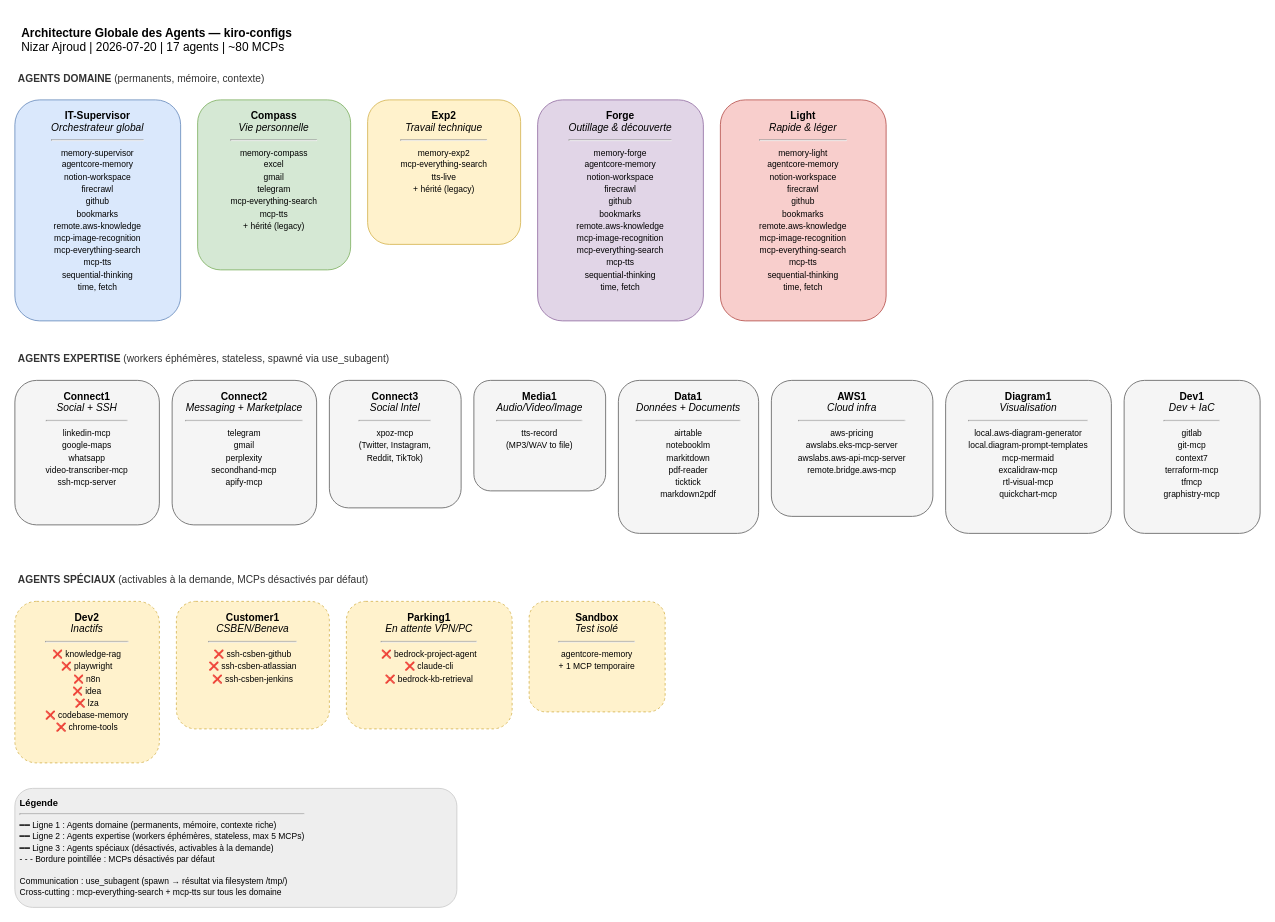
Above: docs/architecture-globale-agents.drawio in nizarajroud/kiro-configs (draw.io), before the change. Source tidied: cells renumbered, new cells numbered last; positions are measured from the earlier drawing's top-left corner, leaving out a move shared by most shapes. Both pictures are drawn from the tidied source at 85%, with x=0, y=0 at pixel (14, 14).
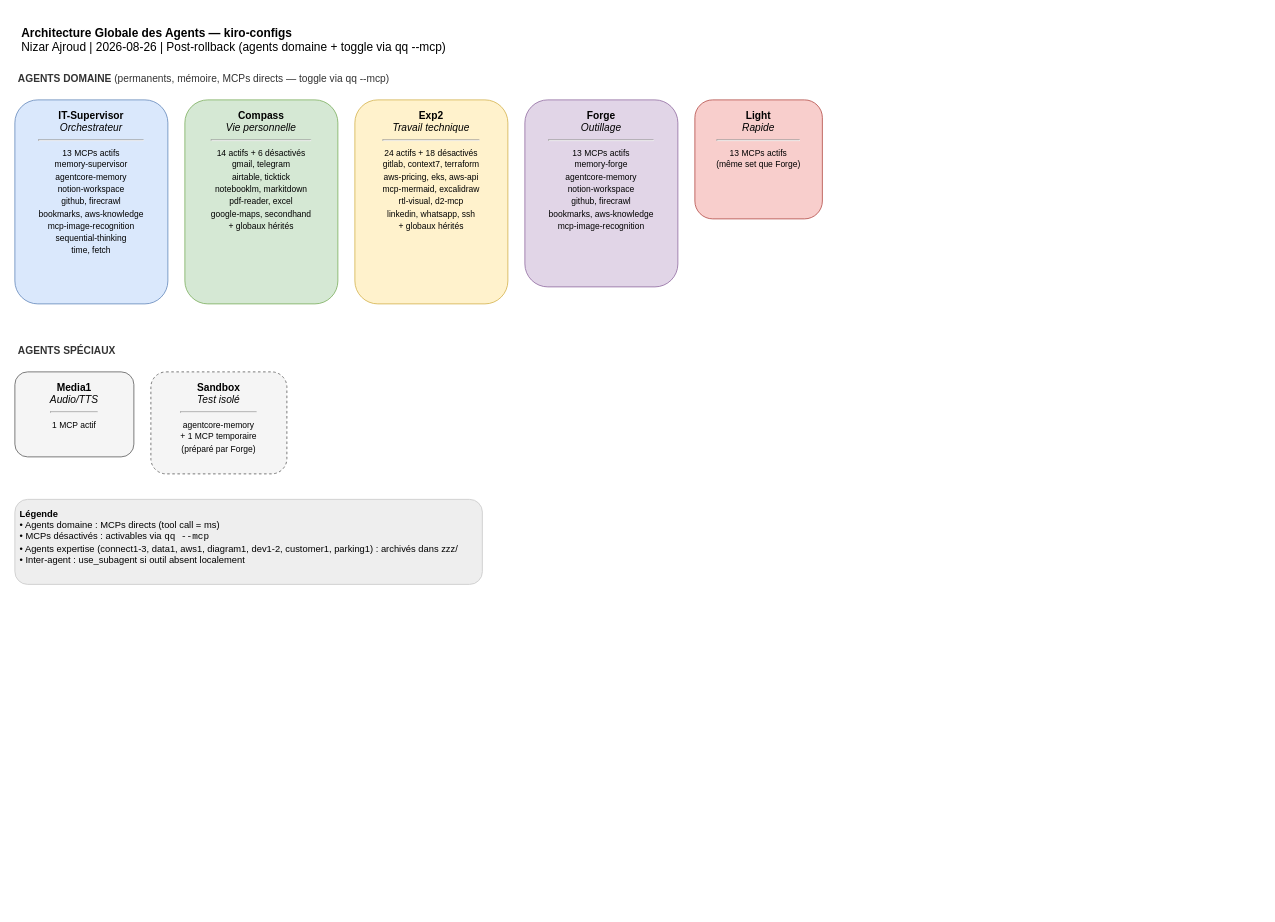
The same diagram, later.

Commit message (it also covers changes not shown here):
docs: update architecture draw.io + agent-directory + clean it-supervisor resources (post-rollback)

What changed in the source:
```diff
@@
-    <mxCell id="2" value="&lt;b&gt;Architecture Globale des Agents — kiro-configs&lt;/b&gt;&lt;br&gt;Nizar Ajroud | 2026-07-20 | 17 agents | ~80 MCPs" style="text;html=1;align=left;verticalAlign=top;whiteSpace=wrap;rounded=0;fontSize=14;spacing=8;" parent="1" vertex="1">
-      <mxGeometry width="600" height="50" as="geometry" />
+    <mxCell id="2" value="&lt;b&gt;Architecture Globale des Agents — kiro-configs&lt;/b&gt;&lt;br&gt;Nizar Ajroud | 2026-08-26 | Post-rollback (agents domaine + toggle via qq --mcp)" style="text;html=1;align=left;verticalAlign=top;whiteSpace=wrap;rounded=0;fontSize=14;spacing=8;" parent="1" vertex="1">
+      <mxGeometry width="700" height="50" as="geometry" />
     </mxCell>
-    <mxCell id="3" value="&lt;b&gt;AGENTS DOMAINE&lt;/b&gt; (permanents, mémoire, contexte)" style="text;html=1;align=left;verticalAlign=middle;fontSize=12;fontColor=#333333;spacing=4;" parent="1" vertex="1">
-      <mxGeometry y="60" width="450" height="30" as="geometry" />
+    <mxCell id="3" value="&lt;b&gt;AGENTS DOMAINE&lt;/b&gt; (permanents, mémoire, MCPs directs — toggle via qq --mcp)" style="text;html=1;align=left;verticalAlign=middle;fontSize=12;fontColor=#333333;spacing=4;" parent="1" vertex="1">
+      <mxGeometry y="60" width="600" height="30" as="geometry" />
     </mxCell>
-    <mxCell id="4" value="&lt;b&gt;IT-Supervisor&lt;/b&gt;&lt;br&gt;&lt;i&gt;Orchestrateur global&lt;/i&gt;&lt;hr&gt;&lt;font style=&quot;font-size:10px&quot;&gt;memory-supervisor&lt;br&gt;agentcore-memory&lt;br&gt;notion-workspace&lt;br&gt;firecrawl&lt;br&gt;github&lt;br&gt;bookmarks&lt;br&gt;remote.aws-knowledge&lt;br&gt;mcp-image-recognition&lt;br&gt;mcp-everything-search&lt;br&gt;mcp-tts&lt;br&gt;sequential-thinking&lt;br&gt;time, fetch&lt;/font&gt;" style="rounded=1;whiteSpace=wrap;html=1;fillColor=#dae8fc;strokeColor=#6c8ebf;verticalAlign=top;align=center;spacingTop=5;" parent="1" vertex="1">
-      <mxGeometry y="100" width="195" height="260" as="geometry" />
+    <mxCell id="4" value="&lt;b&gt;IT-Supervisor&lt;/b&gt;&lt;br&gt;&lt;i&gt;Orchestrateur&lt;/i&gt;&lt;hr&gt;&lt;font style=&quot;font-size:10px&quot;&gt;13 MCPs actifs&lt;br&gt;memory-supervisor&lt;br&gt;agentcore-memory&lt;br&gt;notion-workspace&lt;br&gt;github, firecrawl&lt;br&gt;bookmarks, aws-knowledge&lt;br&gt;mcp-image-recognition&lt;br&gt;sequential-thinking&lt;br&gt;time, fetch&lt;/font&gt;" style="rounded=1;whiteSpace=wrap;html=1;fillColor=#dae8fc;strokeColor=#6c8ebf;verticalAlign=top;align=center;spacingTop=5;" parent="1" vertex="1">
+      <mxGeometry y="100" width="180" height="240" as="geometry" />
     </mxCell>
-    <mxCell id="5" value="&lt;b&gt;Compass&lt;/b&gt;&lt;br&gt;&lt;i&gt;Vie personnelle&lt;/i&gt;&lt;hr&gt;&lt;font style=&quot;font-size:10px&quot;&gt;memory-compass&lt;br&gt;excel&lt;br&gt;gmail&lt;br&gt;telegram&lt;br&gt;mcp-everything-search&lt;br&gt;mcp-tts&lt;br&gt;+ hérité (legacy)&lt;/font&gt;" style="rounded=1;whiteSpace=wrap;html=1;fillColor=#d5e8d4;strokeColor=#82b366;verticalAlign=top;align=center;spacingTop=5;" parent="1" vertex="1">
-      <mxGeometry x="215" y="100" width="180" height="200" as="geometry" />
+    <mxCell id="5" value="&lt;b&gt;Compass&lt;/b&gt;&lt;br&gt;&lt;i&gt;Vie personnelle&lt;/i&gt;&lt;hr&gt;&lt;font style=&quot;font-size:10px&quot;&gt;14 actifs + 6 désactivés&lt;br&gt;gmail, telegram&lt;br&gt;airtable, ticktick&lt;br&gt;notebooklm, markitdown&lt;br&gt;pdf-reader, excel&lt;br&gt;google-maps, secondhand&lt;br&gt;+ globaux hérités&lt;/font&gt;" style="rounded=1;whiteSpace=wrap;html=1;fillColor=#d5e8d4;strokeColor=#82b366;verticalAlign=top;align=center;spacingTop=5;" parent="1" vertex="1">
+      <mxGeometry x="200" y="100" width="180" height="240" as="geometry" />
     </mxCell>
-    <mxCell id="6" value="&lt;b&gt;Exp2&lt;/b&gt;&lt;br&gt;&lt;i&gt;Travail technique&lt;/i&gt;&lt;hr&gt;&lt;font style=&quot;font-size:10px&quot;&gt;memory-exp2&lt;br&gt;mcp-everything-search&lt;br&gt;tts-live&lt;br&gt;+ hérité (legacy)&lt;/font&gt;" style="rounded=1;whiteSpace=wrap;html=1;fillColor=#fff2cc;strokeColor=#d6b656;verticalAlign=top;align=center;spacingTop=5;" parent="1" vertex="1">
-      <mxGeometry x="415" y="100" width="180" height="170" as="geometry" />
+    <mxCell id="6" value="&lt;b&gt;Exp2&lt;/b&gt;&lt;br&gt;&lt;i&gt;Travail technique&lt;/i&gt;&lt;hr&gt;&lt;font style=&quot;font-size:10px&quot;&gt;24 actifs + 18 désactivés&lt;br&gt;gitlab, context7, terraform&lt;br&gt;aws-pricing, eks, aws-api&lt;br&gt;mcp-mermaid, excalidraw&lt;br&gt;rtl-visual, d2-mcp&lt;br&gt;linkedin, whatsapp, ssh&lt;br&gt;+ globaux hérités&lt;/font&gt;" style="rounded=1;whiteSpace=wrap;html=1;fillColor=#fff2cc;strokeColor=#d6b656;verticalAlign=top;align=center;spacingTop=5;" parent="1" vertex="1">
+      <mxGeometry x="400" y="100" width="180" height="240" as="geometry" />
     </mxCell>
-    <mxCell id="7" value="&lt;b&gt;Forge&lt;/b&gt;&lt;br&gt;&lt;i&gt;Outillage &amp;amp; découverte&lt;/i&gt;&lt;hr&gt;&lt;font style=&quot;font-size:10px&quot;&gt;memory-forge&lt;br&gt;agentcore-memory&lt;br&gt;notion-workspace&lt;br&gt;firecrawl&lt;br&gt;github&lt;br&gt;bookmarks&lt;br&gt;remote.aws-knowledge&lt;br&gt;mcp-image-recognition&lt;br&gt;mcp-everything-search&lt;br&gt;mcp-tts&lt;br&gt;sequential-thinking&lt;br&gt;time, fetch&lt;/font&gt;" style="rounded=1;whiteSpace=wrap;html=1;fillColor=#e1d5e7;strokeColor=#9673a6;verticalAlign=top;align=center;spacingTop=5;" parent="1" vertex="1">
-      <mxGeometry x="615" y="100" width="195" height="260" as="geometry" />
+    <mxCell id="7" value="&lt;b&gt;Forge&lt;/b&gt;&lt;br&gt;&lt;i&gt;Outillage&lt;/i&gt;&lt;hr&gt;&lt;font style=&quot;font-size:10px&quot;&gt;13 MCPs actifs&lt;br&gt;memory-forge&lt;br&gt;agentcore-memory&lt;br&gt;notion-workspace&lt;br&gt;github, firecrawl&lt;br&gt;bookmarks, aws-knowledge&lt;br&gt;mcp-image-recognition&lt;/font&gt;" style="rounded=1;whiteSpace=wrap;html=1;fillColor=#e1d5e7;strokeColor=#9673a6;verticalAlign=top;align=center;spacingTop=5;" parent="1" vertex="1">
+      <mxGeometry x="600" y="100" width="180" height="220" as="geometry" />
     </mxCell>
-    <mxCell id="8" value="&lt;b&gt;Light&lt;/b&gt;&lt;br&gt;&lt;i&gt;Rapide &amp;amp; léger&lt;/i&gt;&lt;hr&gt;&lt;font style=&quot;font-size:10px&quot;&gt;memory-light&lt;br&gt;agentcore-memory&lt;br&gt;notion-workspace&lt;br&gt;firecrawl&lt;br&gt;github&lt;br&gt;bookmarks&lt;br&gt;remote.aws-knowledge&lt;br&gt;mcp-image-recognition&lt;br&gt;mcp-everything-search&lt;br&gt;mcp-tts&lt;br&gt;sequential-thinking&lt;br&gt;time, fetch&lt;/font&gt;" style="rounded=1;whiteSpace=wrap;html=1;fillColor=#f8cecc;strokeColor=#b85450;verticalAlign=top;align=center;spacingTop=5;" parent="1" vertex="1">
-      <mxGeometry x="830" y="100" width="195" height="260" as="geometry" />
+    <mxCell id="8" value="&lt;b&gt;Light&lt;/b&gt;&lt;br&gt;&lt;i&gt;Rapide&lt;/i&gt;&lt;hr&gt;&lt;font style=&quot;font-size:10px&quot;&gt;13 MCPs actifs&lt;br&gt;(même set que Forge)&lt;/font&gt;" style="rounded=1;whiteSpace=wrap;html=1;fillColor=#f8cecc;strokeColor=#b85450;verticalAlign=top;align=center;spacingTop=5;" parent="1" vertex="1">
+      <mxGeometry x="800" y="100" width="150" height="140" as="geometry" />
     </mxCell>
-    <mxCell id="9" value="&lt;b&gt;AGENTS EXPERTISE&lt;/b&gt; (workers éphémères, stateless, spawné via use_subagent)" style="text;html=1;align=left;verticalAlign=middle;fontSize=12;fontColor=#333333;spacing=4;" parent="1" vertex="1">
-      <mxGeometry y="390" width="550" height="30" as="geometry" />
+    <mxCell id="9" value="&lt;b&gt;AGENTS SPÉCIAUX&lt;/b&gt;" style="text;html=1;align=left;verticalAlign=middle;fontSize=12;fontColor=#333333;spacing=4;" parent="1" vertex="1">
+      <mxGeometry y="380" width="300" height="30" as="geometry" />
     </mxCell>
-    <mxCell id="10" value="&lt;b&gt;Connect1&lt;/b&gt;&lt;br&gt;&lt;i&gt;Social + SSH&lt;/i&gt;&lt;hr&gt;&lt;font style=&quot;font-size:10px&quot;&gt;linkedin-mcp&lt;br&gt;google-maps&lt;br&gt;whatsapp&lt;br&gt;video-transcriber-mcp&lt;br&gt;ssh-mcp-server&lt;/font&gt;" style="rounded=1;whiteSpace=wrap;html=1;fillColor=#f5f5f5;strokeColor=#666666;verticalAlign=top;align=center;spacingTop=5;" parent="1" vertex="1">
-      <mxGeometry y="430" width="170" height="170" as="geometry" />
-    </mxCell>
-    <mxCell id="11" value="&lt;b&gt;Connect2&lt;/b&gt;&lt;br&gt;&lt;i&gt;Messaging + Marketplace&lt;/i&gt;&lt;hr&gt;&lt;font style=&quot;font-size:10px&quot;&gt;telegram&lt;br&gt;gmail&lt;br&gt;perplexity&lt;br&gt;secondhand-mcp&lt;br&gt;apify-mcp&lt;/font&gt;" style="rounded=1;whiteSpace=wrap;html=1;fillColor=#f5f5f5;strokeColor=#666666;verticalAlign=top;align=center;spacingTop=5;" parent="1" vertex="1">
-      <mxGeometry x="185" y="430" width="170" height="170" as="geometry" />
-    </mxCell>
-    <mxCell id="12" value="&lt;b&gt;Connect3&lt;/b&gt;&lt;br&gt;&lt;i&gt;Social Intel&lt;/i&gt;&lt;hr&gt;&lt;font style=&quot;font-size:10px&quot;&gt;xpoz-mcp&lt;br&gt;(Twitter, Instagram,&lt;br&gt;Reddit, TikTok)&lt;/font&gt;" style="rounded=1;whiteSpace=wrap;html=1;fillColor=#f5f5f5;strokeColor=#666666;verticalAlign=top;align=center;spacingTop=5;" parent="1" vertex="1">
-      <mxGeometry x="370" y="430" width="155" height="150" as="geometry" />
-    </mxCell>
-    <mxCell id="13" value="&lt;b&gt;Media1&lt;/b&gt;&lt;br&gt;&lt;i&gt;Audio/Video/Image&lt;/i&gt;&lt;hr&gt;&lt;font style=&quot;font-size:10px&quot;&gt;tts-record&lt;br&gt;(MP3/WAV to file)&lt;/font&gt;" style="rounded=1;whiteSpace=wrap;html=1;fillColor=#f5f5f5;strokeColor=#666666;verticalAlign=top;align=center;spacingTop=5;" parent="1" vertex="1">
-      <mxGeometry x="540" y="430" width="155" height="130" as="geometry" />
+    <mxCell id="13" value="&lt;b&gt;Media1&lt;/b&gt;&lt;br&gt;&lt;i&gt;Audio/TTS&lt;/i&gt;&lt;hr&gt;&lt;font style=&quot;font-size:10px&quot;&gt;1 MCP actif&lt;/font&gt;" style="rounded=1;whiteSpace=wrap;html=1;fillColor=#f5f5f5;strokeColor=#666666;verticalAlign=top;align=center;spacingTop=5;" parent="1" vertex="1">
+      <mxGeometry y="420" width="140" height="100" as="geometry" />
     </mxCell>
-    <mxCell id="14" value="&lt;b&gt;Data1&lt;/b&gt;&lt;br&gt;&lt;i&gt;Données + Documents&lt;/i&gt;&lt;hr&gt;&lt;font style=&quot;font-size:10px&quot;&gt;airtable&lt;br&gt;notebooklm&lt;br&gt;markitdown&lt;br&gt;pdf-reader&lt;br&gt;ticktick&lt;br&gt;markdown2pdf&lt;/font&gt;" style="rounded=1;whiteSpace=wrap;html=1;fillColor=#f5f5f5;strokeColor=#666666;verticalAlign=top;align=center;spacingTop=5;" parent="1" vertex="1">
-      <mxGeometry x="710" y="430" width="165" height="180" as="geometry" />
-    </mxCell>
-    <mxCell id="15" value="&lt;b&gt;AWS1&lt;/b&gt;&lt;br&gt;&lt;i&gt;Cloud infra&lt;/i&gt;&lt;hr&gt;&lt;font style=&quot;font-size:10px&quot;&gt;aws-pricing&lt;br&gt;awslabs.eks-mcp-server&lt;br&gt;awslabs.aws-api-mcp-server&lt;br&gt;remote.bridge.aws-mcp&lt;/font&gt;" style="rounded=1;whiteSpace=wrap;html=1;fillColor=#f5f5f5;strokeColor=#666666;verticalAlign=top;align=center;spacingTop=5;" parent="1" vertex="1">
-      <mxGeometry x="890" y="430" width="190" height="160" as="geometry" />
-    </mxCell>
-    <mxCell id="16" value="&lt;b&gt;Diagram1&lt;/b&gt;&lt;br&gt;&lt;i&gt;Visualisation&lt;/i&gt;&lt;hr&gt;&lt;font style=&quot;font-size:10px&quot;&gt;local.aws-diagram-generator&lt;br&gt;local.diagram-prompt-templates&lt;br&gt;mcp-mermaid&lt;br&gt;excalidraw-mcp&lt;br&gt;rtl-visual-mcp&lt;br&gt;quickchart-mcp&lt;/font&gt;" style="rounded=1;whiteSpace=wrap;html=1;fillColor=#f5f5f5;strokeColor=#666666;verticalAlign=top;align=center;spacingTop=5;" parent="1" vertex="1">
-      <mxGeometry x="1095" y="430" width="195" height="180" as="geometry" />
-    </mxCell>
-    <mxCell id="17" value="&lt;b&gt;Dev1&lt;/b&gt;&lt;br&gt;&lt;i&gt;Dev + IaC&lt;/i&gt;&lt;hr&gt;&lt;font style=&quot;font-size:10px&quot;&gt;gitlab&lt;br&gt;git-mcp&lt;br&gt;context7&lt;br&gt;terraform-mcp&lt;br&gt;tfmcp&lt;br&gt;graphistry-mcp&lt;/font&gt;" style="rounded=1;whiteSpace=wrap;html=1;fillColor=#f5f5f5;strokeColor=#666666;verticalAlign=top;align=center;spacingTop=5;" parent="1" vertex="1">
-      <mxGeometry x="1305" y="430" width="160" height="180" as="geometry" />
-    </mxCell>
-    <mxCell id="18" value="&lt;b&gt;AGENTS SPÉCIAUX&lt;/b&gt; (activables à la demande, MCPs désactivés par défaut)" style="text;html=1;align=left;verticalAlign=middle;fontSize=12;fontColor=#333333;spacing=4;" parent="1" vertex="1">
-      <mxGeometry y="650" width="550" height="30" as="geometry" />
-    </mxCell>
-    <mxCell id="19" value="&lt;b&gt;Dev2&lt;/b&gt;&lt;br&gt;&lt;i&gt;Inactifs&lt;/i&gt;&lt;hr&gt;&lt;font style=&quot;font-size:10px&quot;&gt;❌ knowledge-rag&lt;br&gt;❌ playwright&lt;br&gt;❌ n8n&lt;br&gt;❌ idea&lt;br&gt;❌ lza&lt;br&gt;❌ codebase-memory&lt;br&gt;❌ chrome-tools&lt;/font&gt;" style="rounded=1;whiteSpace=wrap;html=1;fillColor=#fff2cc;strokeColor=#d6b656;verticalAlign=top;align=center;spacingTop=5;dashed=1;" parent="1" vertex="1">
-      <mxGeometry y="690" width="170" height="190" as="geometry" />
-    </mxCell>
-    <mxCell id="20" value="&lt;b&gt;Customer1&lt;/b&gt;&lt;br&gt;&lt;i&gt;CSBEN/Beneva&lt;/i&gt;&lt;hr&gt;&lt;font style=&quot;font-size:10px&quot;&gt;❌ ssh-csben-github&lt;br&gt;❌ ssh-csben-atlassian&lt;br&gt;❌ ssh-csben-jenkins&lt;/font&gt;" style="rounded=1;whiteSpace=wrap;html=1;fillColor=#fff2cc;strokeColor=#d6b656;verticalAlign=top;align=center;spacingTop=5;dashed=1;" parent="1" vertex="1">
-      <mxGeometry x="190" y="690" width="180" height="150" as="geometry" />
-    </mxCell>
-    <mxCell id="21" value="&lt;b&gt;Parking1&lt;/b&gt;&lt;br&gt;&lt;i&gt;En attente VPN/PC&lt;/i&gt;&lt;hr&gt;&lt;font style=&quot;font-size:10px&quot;&gt;❌ bedrock-project-agent&lt;br&gt;❌ claude-cli&lt;br&gt;❌ bedrock-kb-retrieval&lt;/font&gt;" style="rounded=1;whiteSpace=wrap;html=1;fillColor=#fff2cc;strokeColor=#d6b656;verticalAlign=top;align=center;spacingTop=5;dashed=1;" parent="1" vertex="1">
-      <mxGeometry x="390" y="690" width="195" height="150" as="geometry" />
-    </mxCell>
-    <mxCell id="22" value="&lt;b&gt;Sandbox&lt;/b&gt;&lt;br&gt;&lt;i&gt;Test isolé&lt;/i&gt;&lt;hr&gt;&lt;font style=&quot;font-size:10px&quot;&gt;agentcore-memory&lt;br&gt;+ 1 MCP temporaire&lt;/font&gt;" style="rounded=1;whiteSpace=wrap;html=1;fillColor=#fff2cc;strokeColor=#d6b656;verticalAlign=top;align=center;spacingTop=5;dashed=1;" parent="1" vertex="1">
-      <mxGeometry x="605" y="690" width="160" height="130" as="geometry" />
+    <mxCell id="22" value="&lt;b&gt;Sandbox&lt;/b&gt;&lt;br&gt;&lt;i&gt;Test isolé&lt;/i&gt;&lt;hr&gt;&lt;font style=&quot;font-size:10px&quot;&gt;agentcore-memory&lt;br&gt;+ 1 MCP temporaire&lt;br&gt;(préparé par Forge)&lt;/font&gt;" style="rounded=1;whiteSpace=wrap;html=1;fillColor=#f5f5f5;strokeColor=#666666;verticalAlign=top;align=center;spacingTop=5;dashed=1;" parent="1" vertex="1">
+      <mxGeometry x="160" y="420" width="160" height="120" as="geometry" />
     </mxCell>
-    <mxCell id="23" value="&lt;b&gt;Légende&lt;/b&gt;&lt;hr&gt;&lt;font style=&quot;font-size:10px&quot;&gt;━━ Ligne 1 : Agents domaine (permanents, mémoire, contexte riche)&lt;br&gt;━━ Ligne 2 : Agents expertise (workers éphémères, stateless, max 5 MCPs)&lt;br&gt;━━ Ligne 3 : Agents spéciaux (désactivés, activables à la demande)&lt;br&gt;- - - Bordure pointillée : MCPs désactivés par défaut&lt;br&gt;&lt;br&gt;Communication : use_subagent (spawn → résultat via filesystem /tmp/)&lt;br&gt;Cross-cutting : mcp-everything-search + mcp-tts sur tous les domaine&lt;/font&gt;" style="text;html=1;align=left;verticalAlign=top;whiteSpace=wrap;rounded=1;fontSize=11;spacing=6;fillColor=#eeeeee;strokeColor=#cccccc;" parent="1" vertex="1">
-      <mxGeometry y="910" width="520" height="140" as="geometry" />
+    <mxCell id="23" value="&lt;b&gt;Légende&lt;/b&gt;&lt;br&gt;• Agents domaine : MCPs directs (tool call = ms)&lt;br&gt;• MCPs désactivés : activables via &lt;code&gt;qq --mcp&lt;/code&gt;&lt;br&gt;• Agents expertise (connect1-3, data1, aws1, diagram1, dev1-2, customer1, parking1) : archivés dans zzz/&lt;br&gt;• Inter-agent : use_subagent si outil absent localement" style="text;html=1;align=left;verticalAlign=top;whiteSpace=wrap;rounded=0;fontSize=11;spacing=6;fillColor=#eeeeee;strokeColor=#cccccc;rounded=1;" parent="1" vertex="1">
+      <mxGeometry y="570" width="550" height="100" as="geometry" />
     </mxCell>
```
